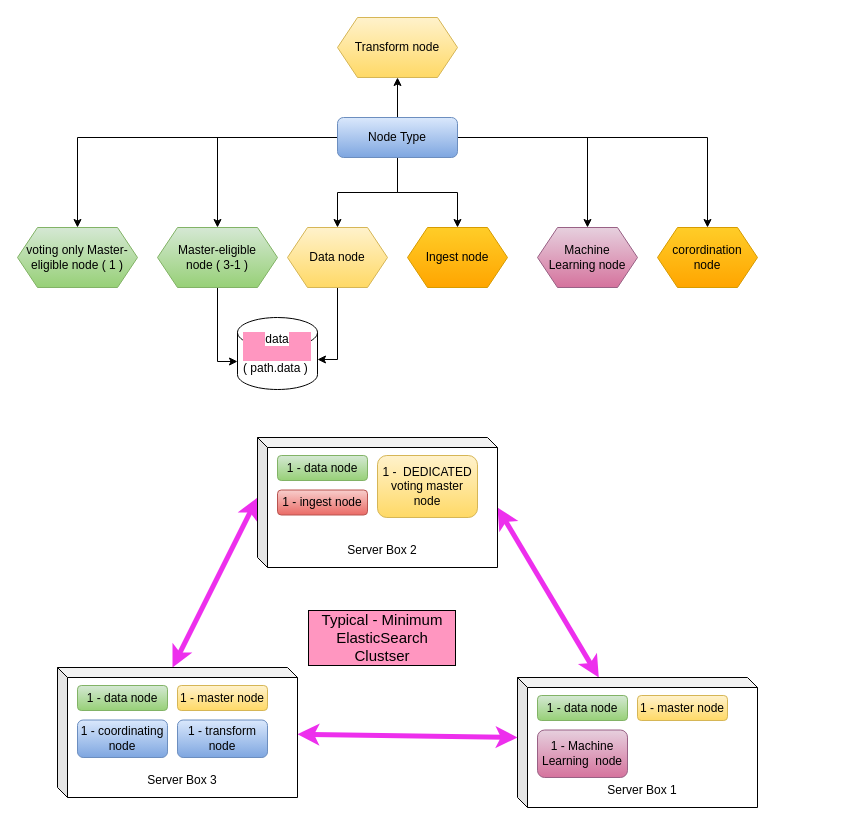
Before: page "Node & Cluster" (5 of 9) of My Articles/elastic stack/ElasticSearch setup and configuration.drawio in paramothers/books, a draw.io diagram. Source tidied: cells renumbered, new cells numbered last; positions are measured from the earlier drawing's top-left corner, leaving out a move shared by most shapes. Both pictures are drawn from the tidied source at 100%, with x=0, y=0 at pixel (17, 17).
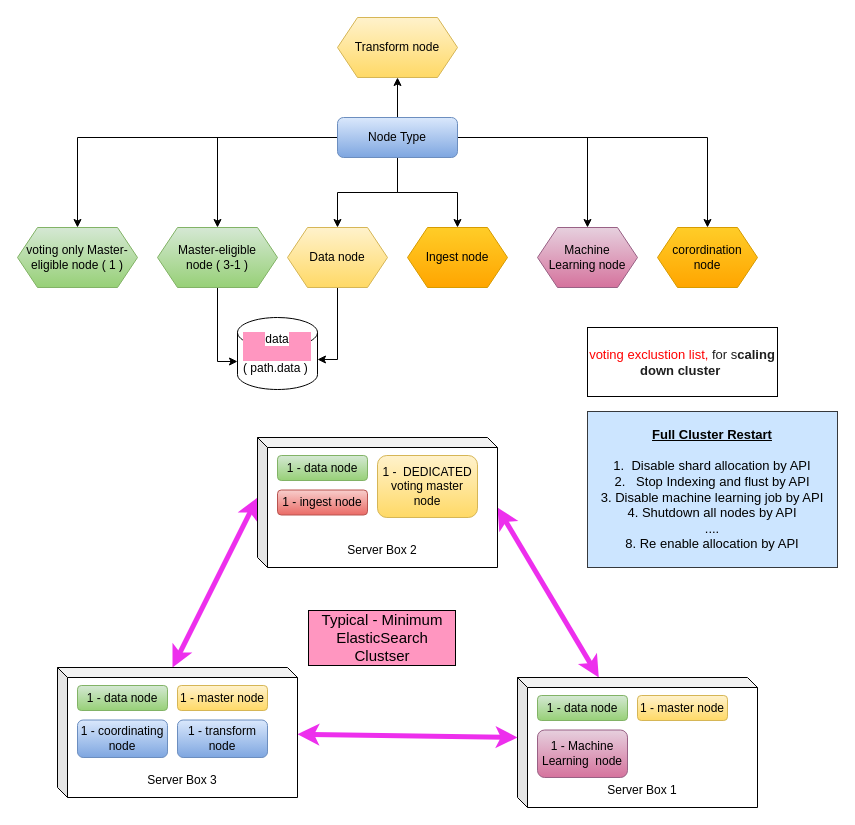
After the change.

What changed in the source:
```diff
@@
+    <mxCell id="37" value="voting exclustion list, &lt;font color=&quot;#1f1f1f&quot;&gt;for s&lt;b&gt;caling down cluster&lt;/b&gt;&lt;/font&gt;&amp;nbsp;" style="text;html=1;fillColor=none;align=center;verticalAlign=middle;whiteSpace=wrap;rounded=0;labelBackgroundColor=none;fontSize=13;fontColor=#FF0000;strokeColor=#000000;" parent="1" vertex="1">
+      <mxGeometry x="570" y="310" width="190" height="69" as="geometry" />
+    </mxCell>
+    <mxCell id="38" value="&lt;b&gt;&lt;u&gt;Full Cluster Restart&lt;br&gt;&lt;/u&gt;&lt;/b&gt;&lt;br&gt;1.&amp;nbsp; Disable shard allocation by API&lt;br&gt;2.&amp;nbsp; &amp;nbsp;Stop Indexing and flust by API&lt;br&gt;3. Disable machine learning job by API&lt;br&gt;4. Shutdown all nodes by API&lt;br&gt;....&lt;br&gt;8. Re enable allocation by API" style="text;html=1;fillColor=#cce5ff;align=center;verticalAlign=middle;whiteSpace=wrap;rounded=0;labelBackgroundColor=none;fontSize=13;strokeColor=#36393d;" parent="1" vertex="1">
+      <mxGeometry x="570" y="394" width="250" height="156" as="geometry" />
+    </mxCell>
```
